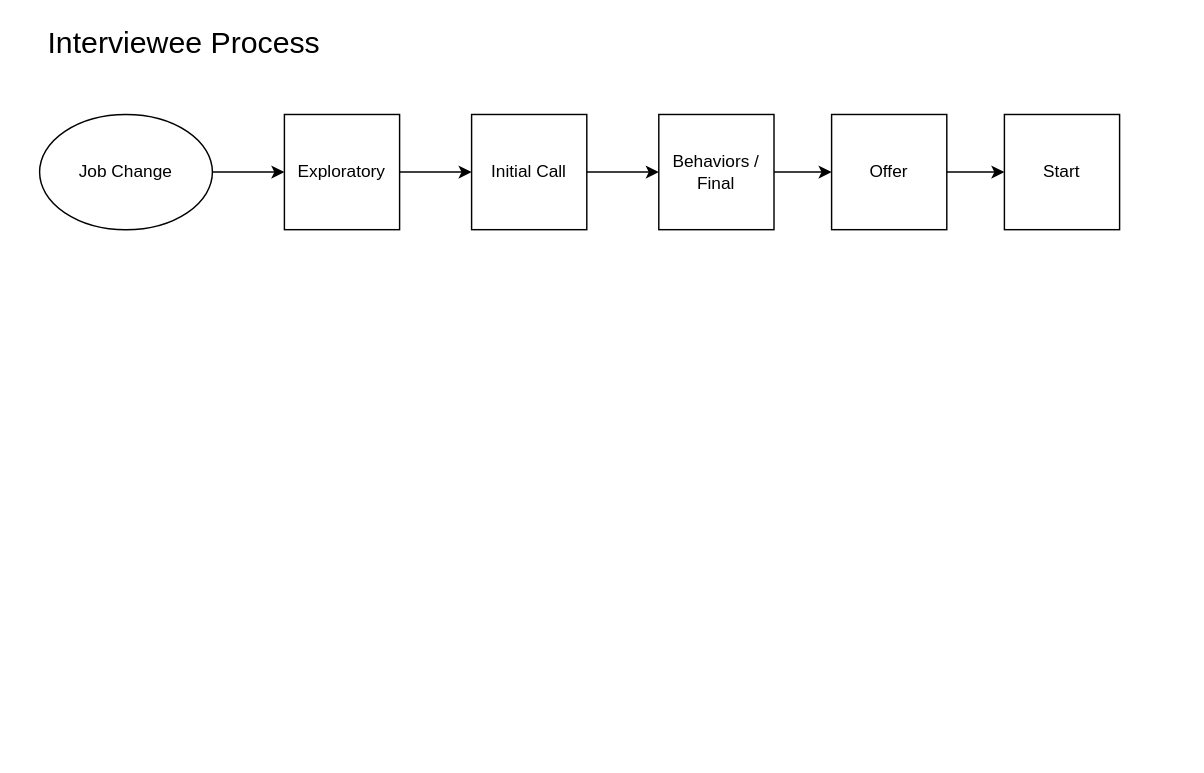
solidi/learning-notes keeps this draw.io diagram as interviews/diagrams/interviewing-process.drawio. Above is the earlier version. Source tidied: cells renumbered, new cells numbered last; positions are measured from the earlier drawing's top-left corner, leaving out a move shared by most shapes. Both pictures are drawn from the tidied source at 144%, with x=0, y=0 at pixel (39, 27).
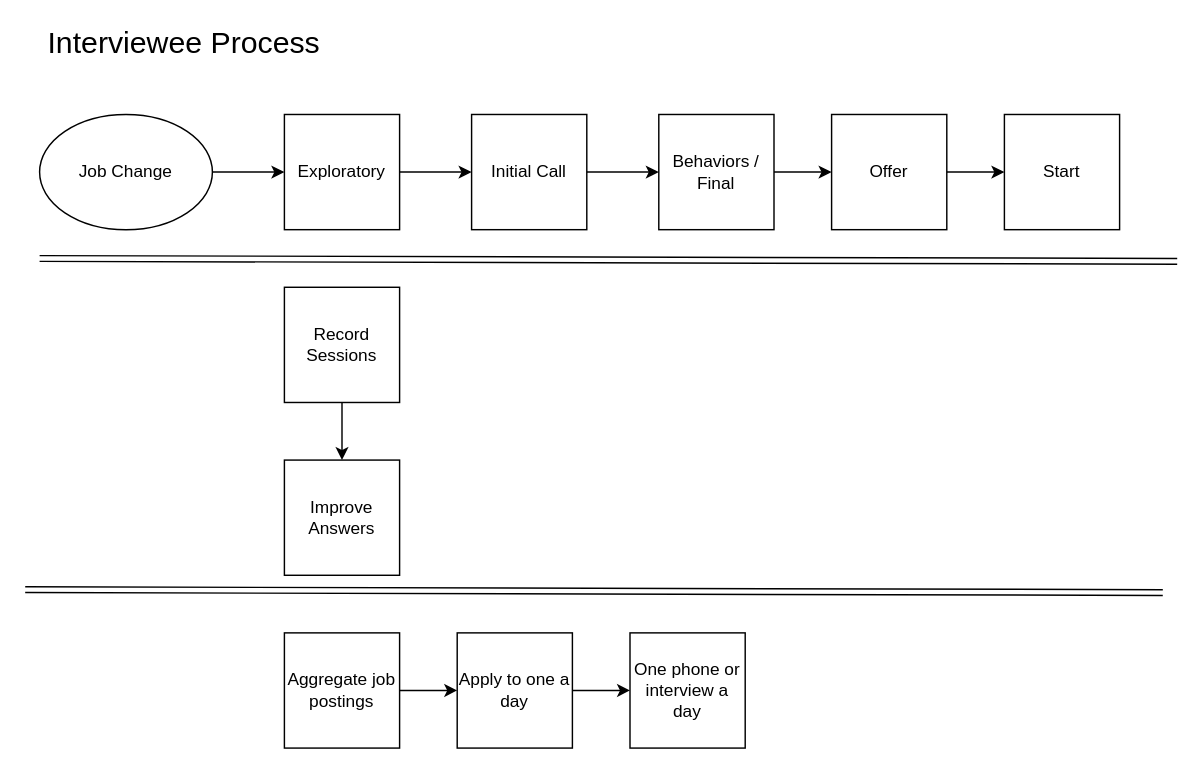
The same page after the edit.

Commit message (it also covers changes not shown here):
Add three swin lanes to the interview process in the diagram

What changed in the source:
```diff
@@
+    <mxCell id="14" style="edgeStyle=orthogonalEdgeStyle;rounded=0;jettySize=auto;html=1;exitX=0.5;exitY=1;exitDx=0;exitDy=0;" parent="1" edge="1" source="15">
+      <mxGeometry relative="1" as="geometry">
+        <mxPoint x="210" y="300" as="targetPoint" />
+      </mxGeometry>
+    </mxCell>
+    <mxCell id="15" value="Record Sessions" style="whiteSpace=wrap;html=1;" parent="1" vertex="1">
+      <mxGeometry x="170" y="180" width="80" height="80" as="geometry" />
+    </mxCell>
+    <mxCell id="16" value="Improve Answers" style="whiteSpace=wrap;html=1;" parent="1" vertex="1">
+      <mxGeometry x="170" y="300" width="80" height="80" as="geometry" />
+    </mxCell>
+    <mxCell id="17" style="shape=link;html=1;" parent="1" edge="1">
+      <mxGeometry relative="1" as="geometry">
+        <mxPoint y="160" as="sourcePoint" />
+        <mxPoint x="790" y="162" as="targetPoint" />
+      </mxGeometry>
+    </mxCell>
+    <mxCell id="18" style="shape=link;html=1;" parent="1" edge="1">
+      <mxGeometry relative="1" as="geometry">
+        <mxPoint x="-10" y="390" as="sourcePoint" />
+        <mxPoint x="780" y="392" as="targetPoint" />
+      </mxGeometry>
+    </mxCell>
+    <mxCell id="19" style="edgeStyle=orthogonalEdgeStyle;rounded=0;jettySize=auto;html=1;" parent="1" edge="1" source="20">
+      <mxGeometry relative="1" as="geometry">
+        <mxPoint x="290" y="460" as="targetPoint" />
+      </mxGeometry>
+    </mxCell>
+    <mxCell id="20" value="Aggregate job postings" style="whiteSpace=wrap;html=1;" parent="1" vertex="1">
+      <mxGeometry x="170" y="420" width="80" height="80" as="geometry" />
+    </mxCell>
+    <mxCell id="21" style="edgeStyle=orthogonalEdgeStyle;rounded=0;jettySize=auto;html=1;exitX=1;exitY=0.5;exitDx=0;exitDy=0;" parent="1" edge="1" source="22">
+      <mxGeometry relative="1" as="geometry">
+        <mxPoint x="410" y="460" as="targetPoint" />
+      </mxGeometry>
+    </mxCell>
+    <mxCell id="22" value="Apply to one a day" style="whiteSpace=wrap;html=1;" parent="1" vertex="1">
+      <mxGeometry x="290" y="420" width="80" height="80" as="geometry" />
+    </mxCell>
+    <mxCell id="23" value="One phone or interview a day" style="whiteSpace=wrap;html=1;" parent="1" vertex="1">
+      <mxGeometry x="410" y="420" width="80" height="80" as="geometry" />
+    </mxCell>
```
